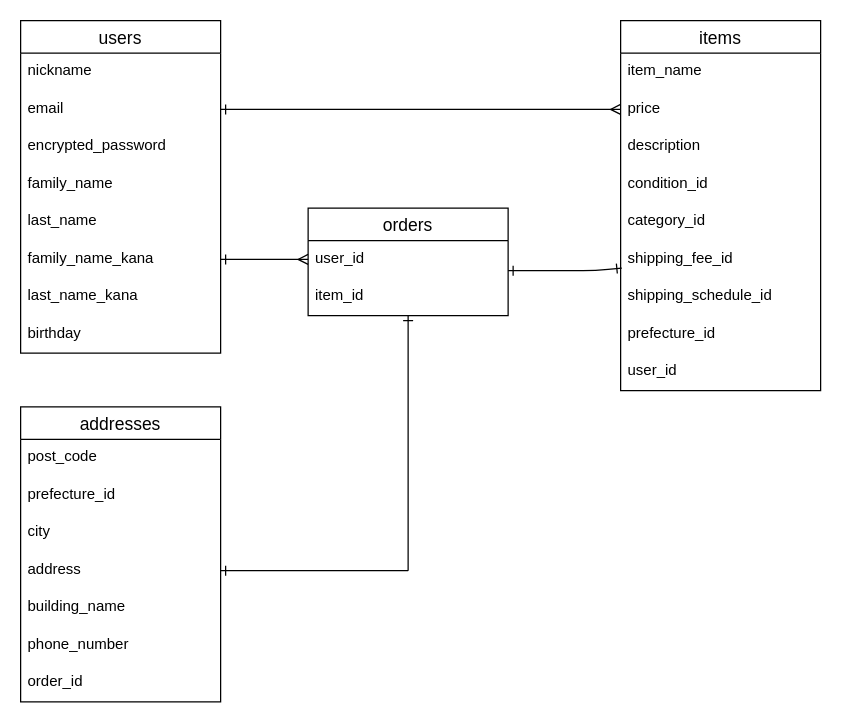
Yamasaki0401/furima-38853 keeps this draw.io diagram as furima.dio. Above is the earlier version. Source tidied: cells renumbered, new cells numbered last; positions are measured from the earlier drawing's top-left corner, leaving out a move shared by most shapes. Both pictures are drawn from the tidied source at 125%, with x=0, y=0 at pixel (20, 20).
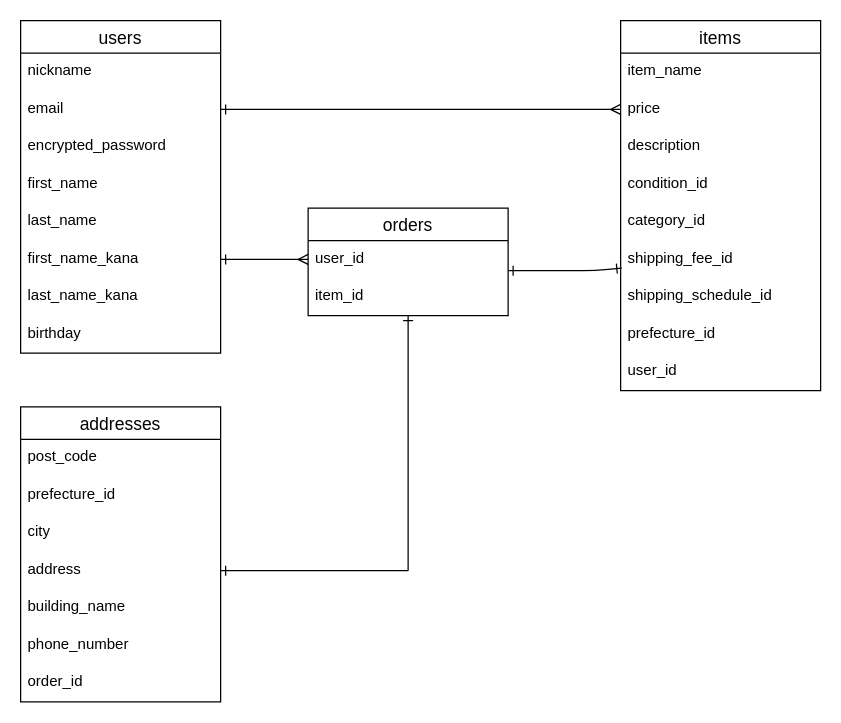
The same page after the edit.

Unchanged cells that the change refers to:
```xml
<mxCell id="2" value="users" style="swimlane;fontStyle=0;horizontal=1;startSize=26;align=center;fontSize=14;" parent="1" vertex="1">
  <mxGeometry width="160" height="266" as="geometry" />
</mxCell>
```

The edit, as a diff of the source:
```diff
@@
-    <mxCell id="6" value="family_name&#10;" style="text;strokeColor=none;fillColor=none;spacingLeft=4;spacingRight=4;overflow=hidden;fontSize=12;" parent="2" vertex="1">
+    <mxCell id="6" value="first_name&#10;" style="text;strokeColor=none;fillColor=none;spacingLeft=4;spacingRight=4;overflow=hidden;fontSize=12;" parent="2" vertex="1">
       <mxGeometry y="116" width="160" height="30" as="geometry" />
     </mxCell>
@@
-    <mxCell id="8" value="family_name_kana" style="text;strokeColor=none;fillColor=none;spacingLeft=4;spacingRight=4;overflow=hidden;points=[[0,0.5],[1,0.5]];portConstraint=eastwest;fontSize=12;" parent="2" vertex="1">
+    <mxCell id="8" value="first_name_kana" style="text;strokeColor=none;fillColor=none;spacingLeft=4;spacingRight=4;overflow=hidden;points=[[0,0.5],[1,0.5]];portConstraint=eastwest;fontSize=12;" parent="2" vertex="1">
       <mxGeometry y="176" width="160" height="30" as="geometry" />
     </mxCell>
```
